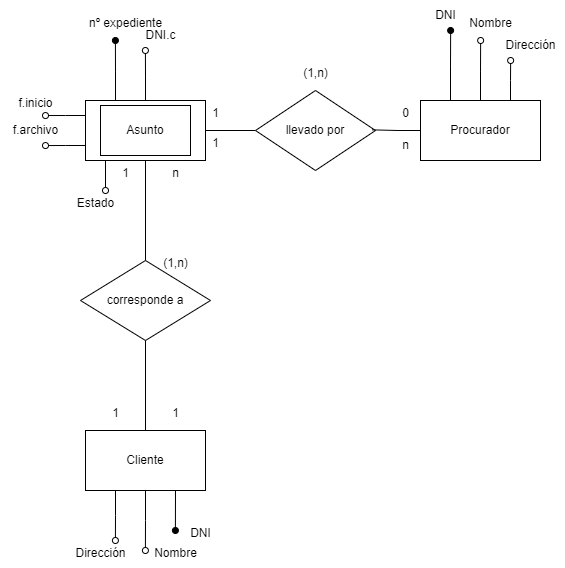
The draw.io diagram ejercicio1-abogados.drawio.png in bibifupi/Abril23, before a commit. Source tidied: cells renumbered, new cells last; positions are measured from the earlier drawing's top-left corner, leaving out a move shared by most shapes.
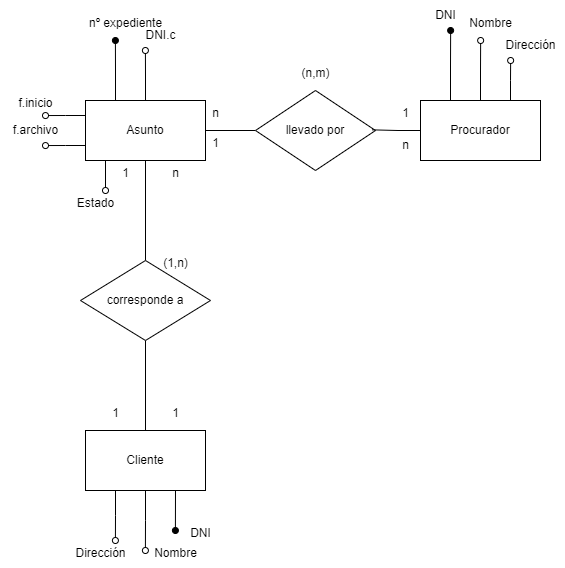
After the change.

Diff of the diagram source:
```diff
@@ -132,10 +132,10 @@
     <mxCell id="37" value="(1,n)" style="text;html=1;align=center;verticalAlign=middle;strokeColor=none;fillColor=none;" parent="1" vertex="1">
       <mxGeometry x="150" y="248" width="50" height="30" as="geometry" />
     </mxCell>
-    <mxCell id="38" value="1" style="text;html=1;align=center;verticalAlign=middle;strokeColor=none;fillColor=none;" parent="1" vertex="1">
+    <mxCell id="38" value="n" style="text;html=1;align=center;verticalAlign=middle;strokeColor=none;fillColor=none;" parent="1" vertex="1">
       <mxGeometry x="200" y="98" width="30" height="30" as="geometry" />
     </mxCell>
-    <mxCell id="39" value="0" style="text;html=1;align=center;verticalAlign=middle;strokeColor=none;fillColor=none;" parent="1" vertex="1">
+    <mxCell id="39" value="1" style="text;html=1;align=center;verticalAlign=middle;strokeColor=none;fillColor=none;" parent="1" vertex="1">
       <mxGeometry x="390" y="98" width="30" height="30" as="geometry" />
     </mxCell>
     <mxCell id="40" value="n" style="text;html=1;align=center;verticalAlign=middle;strokeColor=none;fillColor=none;" parent="1" vertex="1">
@@ -144,11 +144,8 @@
     <mxCell id="41" value="1" style="text;html=1;align=center;verticalAlign=middle;strokeColor=none;fillColor=none;" parent="1" vertex="1">
       <mxGeometry x="200" y="128" width="30" height="30" as="geometry" />
     </mxCell>
-    <mxCell id="42" value="(1,n)" style="text;html=1;align=center;verticalAlign=middle;strokeColor=none;fillColor=none;" parent="1" vertex="1">
+    <mxCell id="42" value="(n,m)" style="text;html=1;align=center;verticalAlign=middle;strokeColor=none;fillColor=none;" parent="1" vertex="1">
       <mxGeometry x="290" y="58" width="50" height="30" as="geometry" />
     </mxCell>
-    <mxCell id="43" style="rounded=0;whiteSpace=wrap;html=1;fillColor=none;" parent="1" vertex="1">
-      <mxGeometry x="100" y="105" width="90" height="50" as="geometry" />
-    </mxCell>
   </root>
 </mxGraphModel>
```
